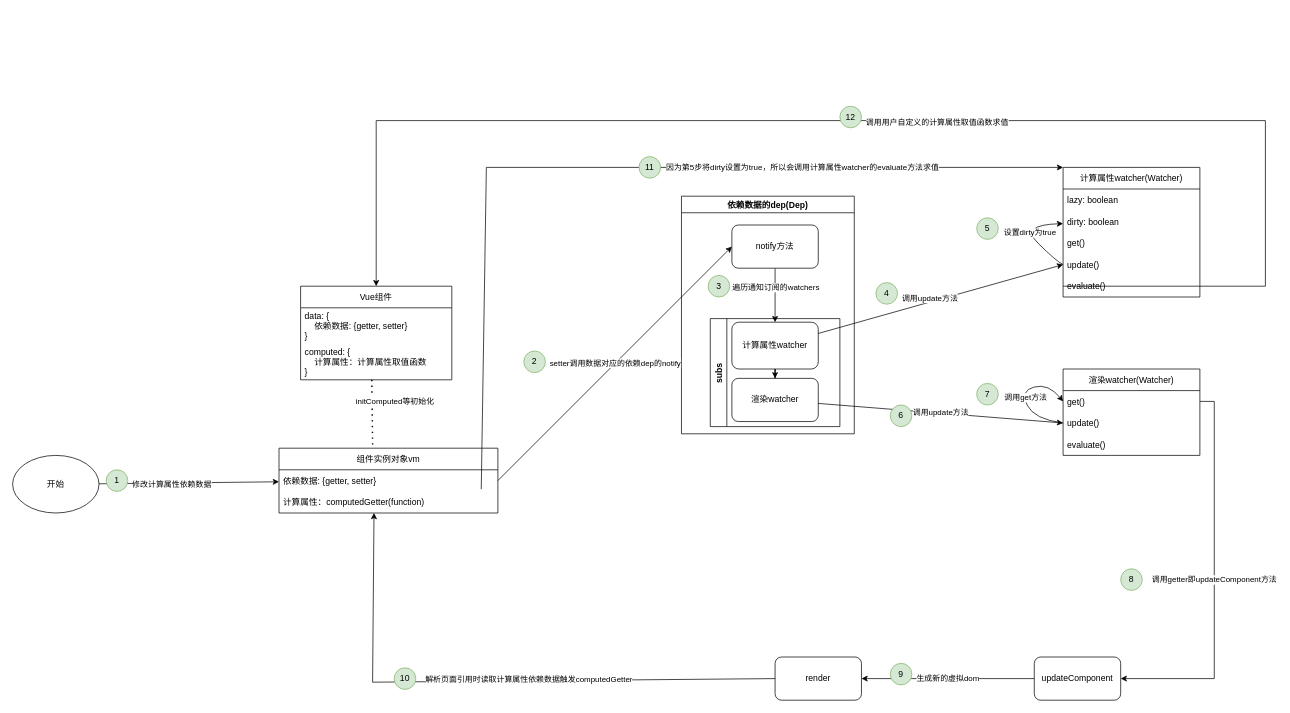
The draw.io diagram 计算属性.drawio in zhubaitian/drawio, before the edit. Source tidied: cells renumbered, new cells numbered last; positions are measured from the earlier drawing's top-left corner, leaving out a move shared by most shapes. Both pictures are drawn from the tidied source at 72%, with x=0, y=0 at pixel (12, 106).
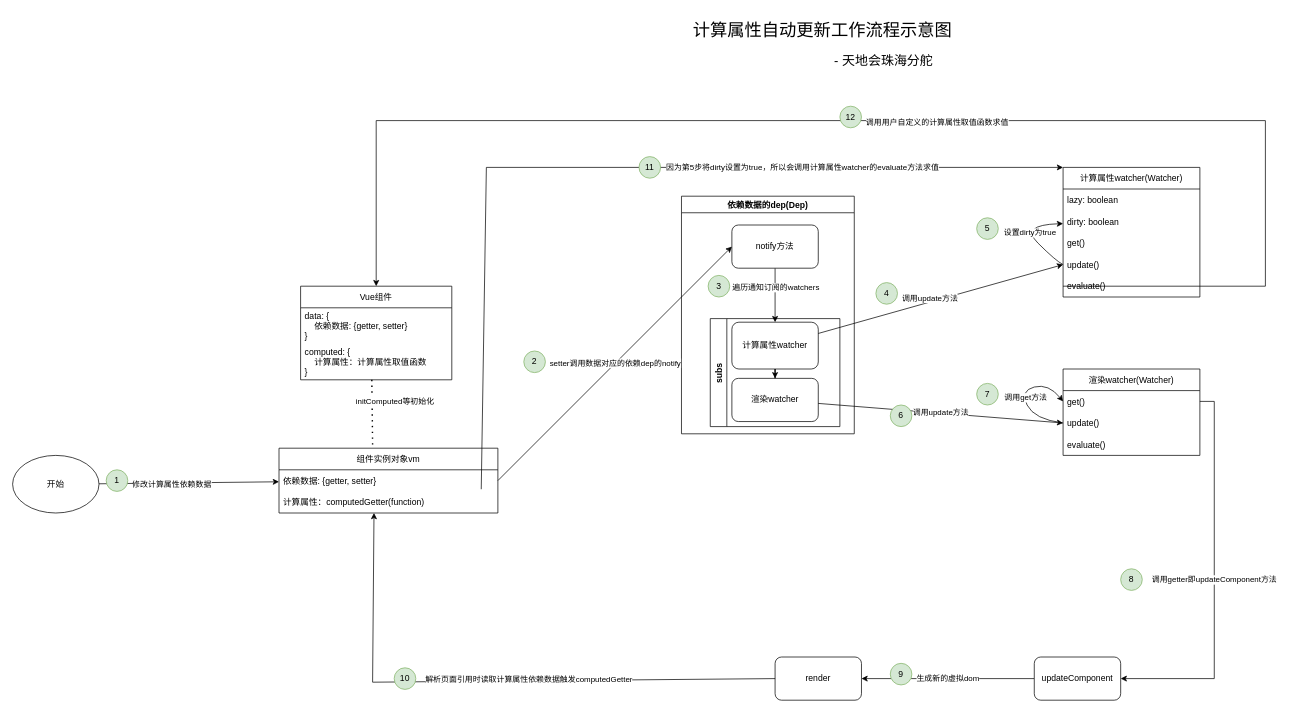
Above is the later version.

Commit message (it also covers changes not shown here):
更新计算属性.drawio

Change to the diagram source:
```diff
@@
+    <mxCell id="60" value="&lt;font style=&quot;font-size: 24px;&quot;&gt;计算属性自动更新工作流程示意图&lt;/font&gt;" style="text;html=1;strokeColor=none;fillColor=none;align=center;verticalAlign=middle;whiteSpace=wrap;rounded=0;" parent="1" vertex="1">
+      <mxGeometry x="920" y="-130" width="410" height="50" as="geometry" />
+    </mxCell>
+    <mxCell id="61" value="&lt;font style=&quot;font-size: 18px;&quot;&gt;- 天地会珠海分舵&lt;/font&gt;" style="text;html=1;strokeColor=none;fillColor=none;align=center;verticalAlign=middle;whiteSpace=wrap;rounded=0;fontSize=24;" parent="1" vertex="1">
+      <mxGeometry x="1090" y="-80" width="240" height="30" as="geometry" />
+    </mxCell>
```
